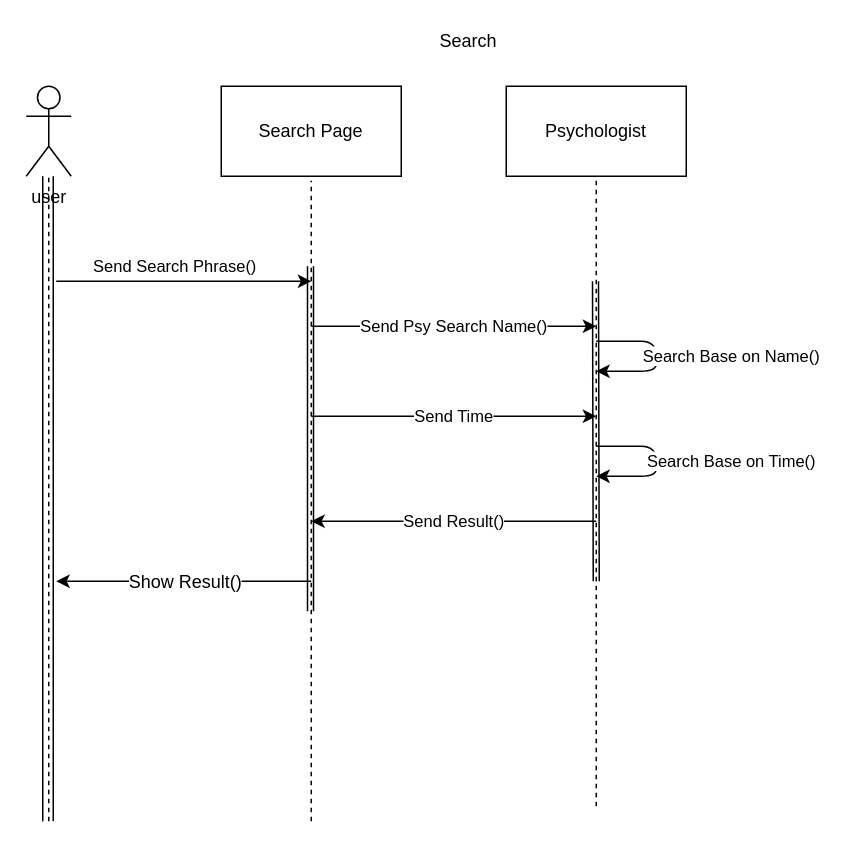
The draw.io diagram SearchSD.drawio in mohammadamir98/Sama_sw1, before the edit. Source tidied: cells renumbered, new cells numbered last; positions are measured from the earlier drawing's top-left corner, leaving out a move shared by most shapes. Both pictures are drawn from the tidied source at 150%, with x=0, y=0 at pixel (26, 26).
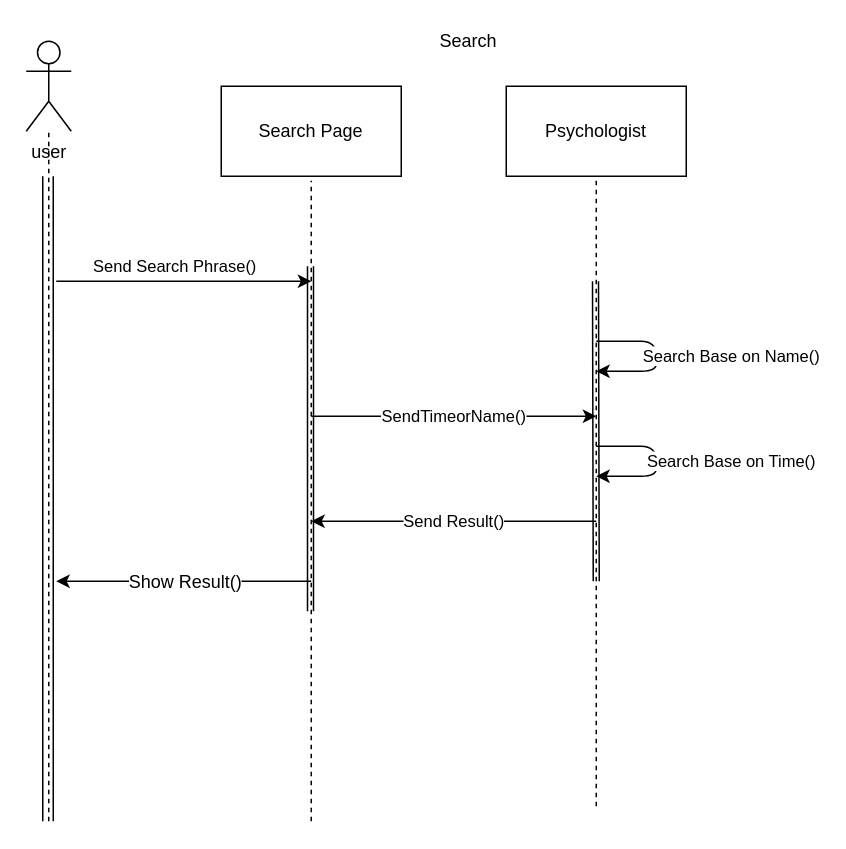
The same page after the edit.

The edit, as a diff of the source:
```diff
@@
     <mxCell id="2" value="&lt;div&gt;user&lt;/div&gt;&lt;div&gt;&lt;br&gt;&lt;/div&gt;" style="shape=umlActor;verticalLabelPosition=bottom;labelBackgroundColor=#ffffff;verticalAlign=top;html=1;outlineConnect=0;" parent="1" vertex="1">
-      <mxGeometry y="40" width="30" height="60" as="geometry" />
+      <mxGeometry y="10" width="30" height="60" as="geometry" />
     </mxCell>
@@
-    <mxCell id="15" value="Send Psy Search Name()" style="endArrow=classic;html=1;" parent="1" edge="1">
-      <mxGeometry relative="1" as="geometry">
-        <mxPoint x="190" y="200" as="sourcePoint" />
-        <mxPoint x="380" y="200" as="targetPoint" />
-      </mxGeometry>
-    </mxCell>
@@
-    <mxCell id="17" value="Send Time" style="endArrow=classic;html=1;" parent="1" edge="1">
+    <mxCell id="17" value="SendTimeorName()" style="endArrow=classic;html=1;" parent="1" edge="1">
       <mxGeometry relative="1" as="geometry">
         <mxPoint x="190" y="260" as="sourcePoint" />
         <mxPoint x="380" y="260" as="targetPoint" />
       </mxGeometry>
     </mxCell>
```
